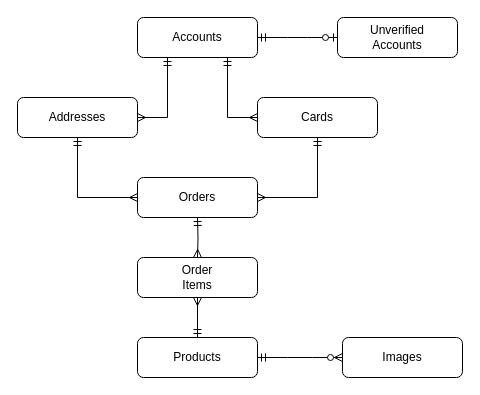
Before: documentation/DatabaseERD.drawio in JoeBlakeB/BingusMusicShop, a draw.io diagram. Source tidied: cells renumbered, new cells numbered last; positions are measured from the earlier drawing's top-left corner, leaving out a move shared by most shapes. Both pictures are drawn from the tidied source at 100%, with x=0, y=0 at pixel (17, 17).
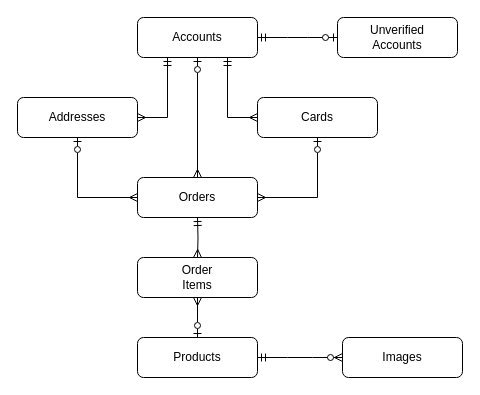
After the change.

Diff of the diagram source:
```diff
@@
 <mxGraphModel>
   <root>
     <mxCell id="0" />
     <mxCell id="1" parent="0" />
     <mxCell id="2" value="Accounts" style="rounded=1;whiteSpace=wrap;html=1;" parent="1" vertex="1">
       <mxGeometry x="120" width="120" height="40" as="geometry" />
     </mxCell>
     <mxCell id="3" value="Unverified&lt;br&gt;Accounts" style="rounded=1;whiteSpace=wrap;html=1;" parent="1" vertex="1">
       <mxGeometry x="320" width="120" height="40" as="geometry" />
     </mxCell>
     <mxCell id="4" style="edgeStyle=entityRelationEdgeStyle;fontSize=12;html=1;endArrow=ERzeroToOne;startArrow=ERmandOne;rounded=0;entryX=0;entryY=0.5;entryDx=0;entryDy=0;exitX=1;exitY=0.5;exitDx=0;exitDy=0;" parent="1" edge="1" source="2" target="3">
       <mxGeometry relative="1" as="geometry" />
     </mxCell>
     <mxCell id="5" value="Products" style="rounded=1;whiteSpace=wrap;html=1;" parent="1" vertex="1">
       <mxGeometry x="120" y="320" width="120" height="40" as="geometry" />
     </mxCell>
     <mxCell id="6" style="edgeStyle=entityRelationEdgeStyle;fontSize=12;html=1;endArrow=ERzeroToMany;startArrow=ERmandOne;rounded=0;exitX=1;exitY=0.5;exitDx=0;exitDy=0;entryX=0;entryY=0.5;entryDx=0;entryDy=0;" parent="1" edge="1" source="5" target="7">
       <mxGeometry relative="1" as="geometry" />
     </mxCell>
     <mxCell id="7" value="Images" style="rounded=1;whiteSpace=wrap;html=1;" parent="1" vertex="1">
       <mxGeometry x="325" y="320" width="120" height="40" as="geometry" />
     </mxCell>
     <mxCell id="8" value="Addresses" style="rounded=1;whiteSpace=wrap;html=1;" parent="1" vertex="1">
       <mxGeometry y="80" width="120" height="40" as="geometry" />
     </mxCell>
     <mxCell id="9" value="Cards" style="rounded=1;whiteSpace=wrap;html=1;" parent="1" vertex="1">
       <mxGeometry x="240" y="80" width="120" height="40" as="geometry" />
     </mxCell>
     <mxCell id="10" value="Orders" style="rounded=1;whiteSpace=wrap;html=1;" parent="1" vertex="1">
       <mxGeometry x="120" y="160" width="120" height="40" as="geometry" />
     </mxCell>
     <mxCell id="11" style="fontSize=12;html=1;endArrow=ERmany;startArrow=ERmandOne;rounded=0;entryX=0;entryY=0.5;entryDx=0;entryDy=0;exitX=0.75;exitY=1;exitDx=0;exitDy=0;edgeStyle=orthogonalEdgeStyle;endFill=0;" parent="1" edge="1" source="2" target="9">
       <mxGeometry relative="1" as="geometry" />
     </mxCell>
     <mxCell id="12" style="fontSize=12;html=1;endArrow=ERmany;startArrow=ERmandOne;rounded=0;entryX=1;entryY=0.5;entryDx=0;entryDy=0;exitX=0.25;exitY=1;exitDx=0;exitDy=0;edgeStyle=orthogonalEdgeStyle;endFill=0;" parent="1" edge="1" source="2" target="8">
       <mxGeometry relative="1" as="geometry" />
     </mxCell>
-    <mxCell id="13" style="fontSize=12;html=1;endArrow=ERmany;startArrow=ERmandOne;rounded=0;exitX=0.5;exitY=1;exitDx=0;exitDy=0;edgeStyle=orthogonalEdgeStyle;endFill=0;entryX=1;entryY=0.5;entryDx=0;entryDy=0;" parent="1" edge="1" source="9" target="10">
+    <mxCell id="13" style="fontSize=12;html=1;endArrow=ERmany;startArrow=ERzeroToOne;rounded=0;exitX=0.5;exitY=1;exitDx=0;exitDy=0;edgeStyle=orthogonalEdgeStyle;endFill=0;entryX=1;entryY=0.5;entryDx=0;entryDy=0;startFill=0;" parent="1" edge="1" source="9" target="10">
       <mxGeometry relative="1" as="geometry" />
     </mxCell>
-    <mxCell id="14" style="fontSize=12;html=1;endArrow=ERmany;startArrow=ERmandOne;rounded=0;exitX=0.5;exitY=1;exitDx=0;exitDy=0;edgeStyle=orthogonalEdgeStyle;endFill=0;entryX=0;entryY=0.5;entryDx=0;entryDy=0;" parent="1" edge="1" source="8" target="10">
+    <mxCell id="14" style="fontSize=12;html=1;endArrow=ERmany;startArrow=ERzeroToOne;rounded=0;exitX=0.5;exitY=1;exitDx=0;exitDy=0;edgeStyle=orthogonalEdgeStyle;endFill=0;entryX=0;entryY=0.5;entryDx=0;entryDy=0;startFill=0;" parent="1" edge="1" source="8" target="10">
       <mxGeometry relative="1" as="geometry" />
     </mxCell>
     <mxCell id="15" value="Order&lt;br&gt;Items" style="rounded=1;whiteSpace=wrap;html=1;" parent="1" vertex="1">
       <mxGeometry x="120" y="240" width="120" height="40" as="geometry" />
     </mxCell>
     <mxCell id="16" style="fontSize=12;html=1;endArrow=ERmany;startArrow=ERmandOne;rounded=0;edgeStyle=orthogonalEdgeStyle;endFill=0;entryX=0.5;entryY=0;entryDx=0;entryDy=0;" parent="1" edge="1" target="15">
       <mxGeometry relative="1" as="geometry">
         <mxPoint x="180" y="200" as="sourcePoint" />
       </mxGeometry>
     </mxCell>
-    <mxCell id="17" style="fontSize=12;html=1;endArrow=ERmany;startArrow=ERmandOne;rounded=0;edgeStyle=orthogonalEdgeStyle;endFill=0;entryX=0.5;entryY=1;entryDx=0;entryDy=0;exitX=0.5;exitY=0;exitDx=0;exitDy=0;" parent="1" edge="1" source="5" target="15">
+    <mxCell id="17" style="fontSize=12;html=1;endArrow=ERmany;startArrow=ERzeroToOne;rounded=0;edgeStyle=orthogonalEdgeStyle;endFill=0;entryX=0.5;entryY=1;entryDx=0;entryDy=0;exitX=0.5;exitY=0;exitDx=0;exitDy=0;startFill=0;" parent="1" edge="1" source="5" target="15">
       <mxGeometry relative="1" as="geometry" />
     </mxCell>
+    <mxCell id="18" style="fontSize=12;html=1;endArrow=ERmany;startArrow=ERzeroToOne;rounded=0;exitX=0.5;exitY=1;exitDx=0;exitDy=0;edgeStyle=orthogonalEdgeStyle;endFill=0;entryX=0.5;entryY=0;entryDx=0;entryDy=0;startFill=0;" parent="1" edge="1" source="2" target="10">
+      <mxGeometry relative="1" as="geometry" />
+    </mxCell>
   </root>
 </mxGraphModel>
```
